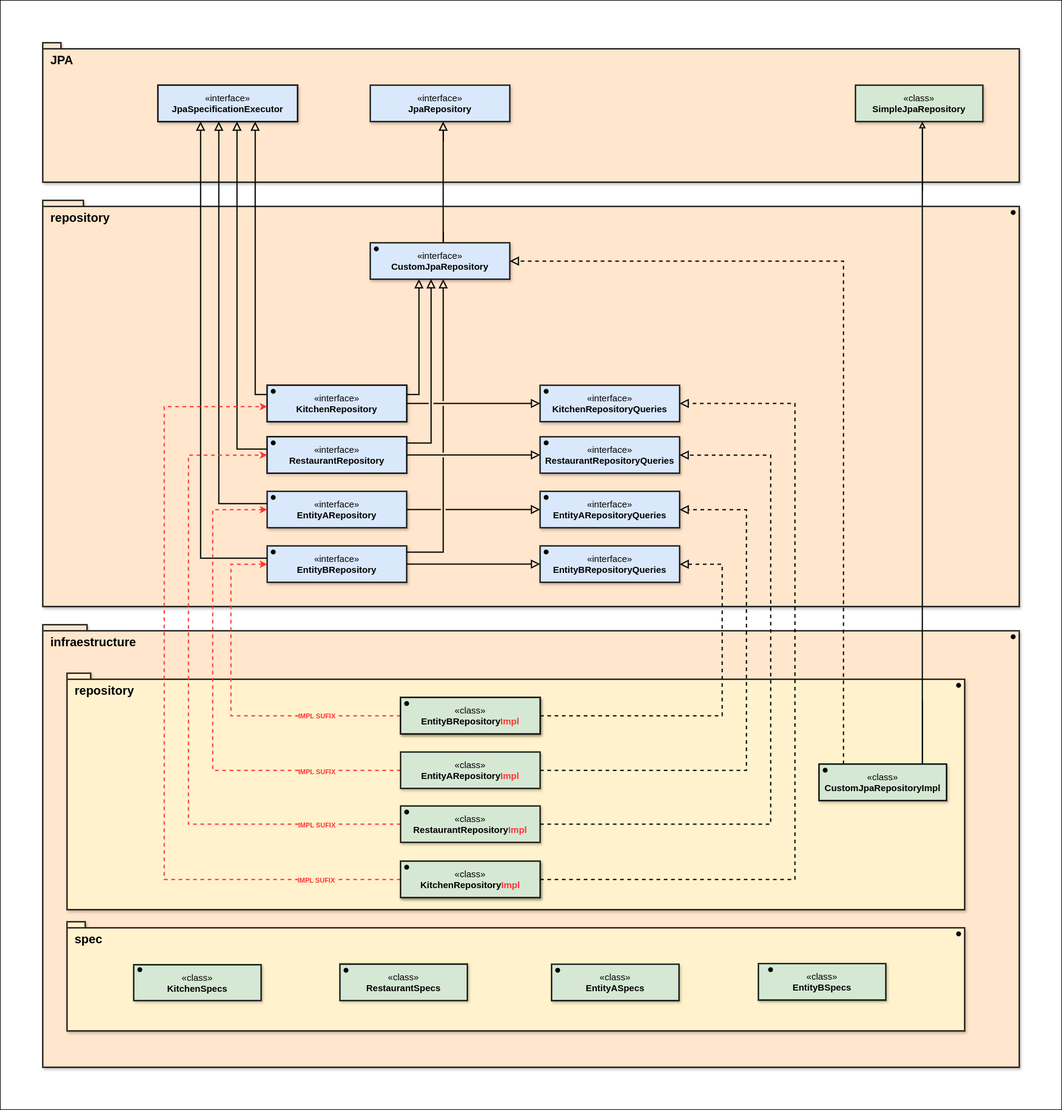
Earlier version of the draw.io export docs/images/data-persistence-diagram.png (MarcosWinicios/algafood-api). Source tidied: cells renumbered, new cells last; positions are measured from the earlier drawing's top-left corner, leaving out a move shared by most shapes.
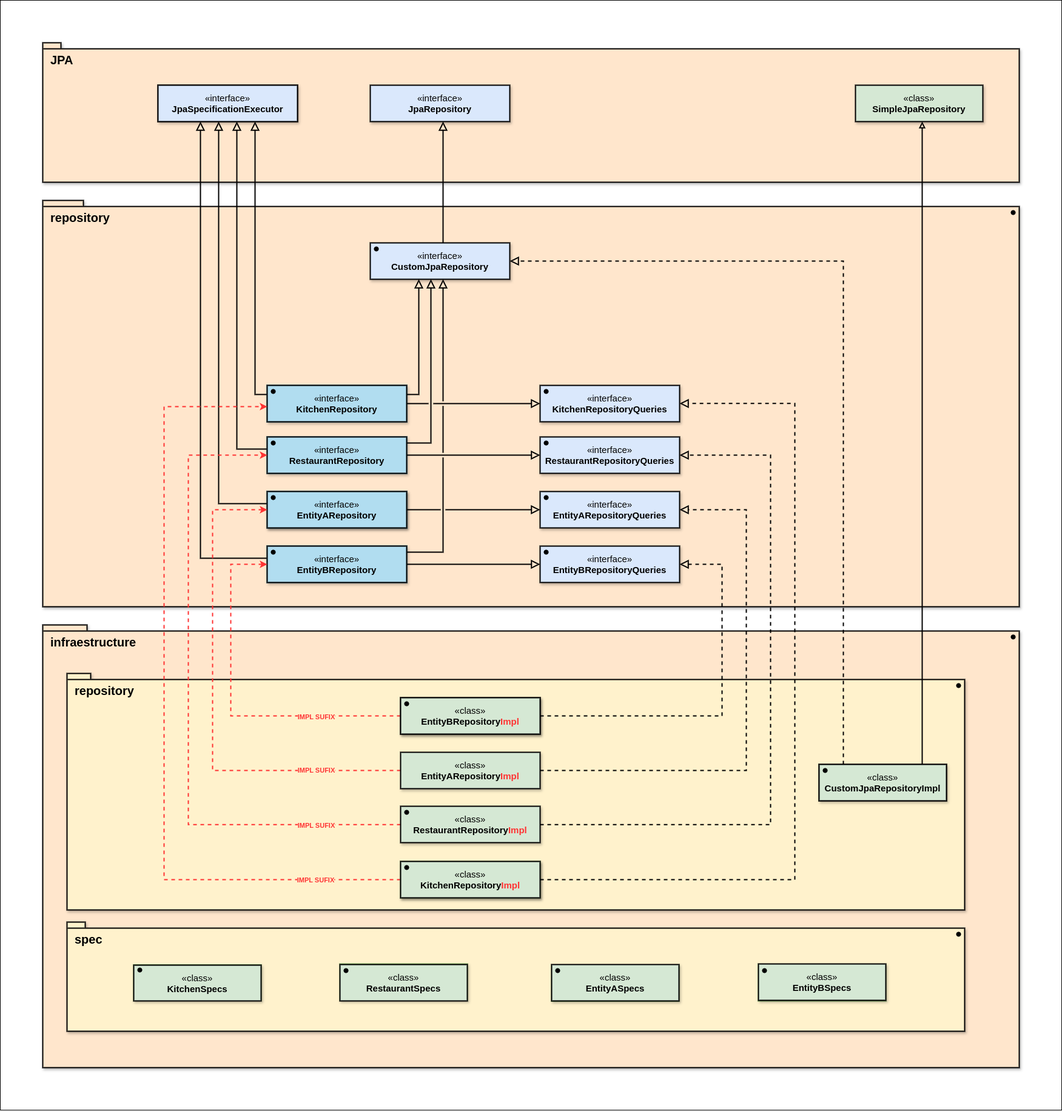
After the change.

Commit message:
docs(persistence): update persistence documentation file to centralize persistence and data access concepts

Change to the diagram source:
```diff
@@ -2,7 +2,7 @@
   <root>
     <mxCell id="0" />
     <mxCell id="1" parent="0" />
-    <mxCell id="2" style="group;" parent="1" vertex="1">
+    <mxCell id="2" style="group;fillColor=#b1ddf0;strokeColor=#10739e;" parent="1" vertex="1">
       <mxGeometry width="1750" height="1830" as="geometry" />
     </mxCell>
     <mxCell id="3" style="rounded=0;whiteSpace=wrap;html=1;" parent="2" vertex="1">
@@ -45,7 +45,7 @@
       <mxGeometry x="1140" y="69" width="210" height="60" as="geometry" />
     </mxCell>
     <mxCell id="16" style="shape=waypoint;sketch=0;size=6;fillColor=none;perimeter=centerPerimeter;strokeWidth=2;fontSize=15;" parent="10" vertex="1">
-      <mxGeometry x="1150" y="69" width="20" height="20" as="geometry" />
+      <mxGeometry x="1140" y="70" width="20" height="20" as="geometry" />
     </mxCell>
     <mxCell id="17" value="«class»&lt;br&gt;&lt;b&gt;EntityASpecs&lt;/b&gt;" style="html=1;whiteSpace=wrap;fillColor=#d5e8d4;strokeColor=default;strokeWidth=2;shadow=1;fontSize=15;" parent="10" vertex="1">
       <mxGeometry x="799" y="70" width="210" height="60" as="geometry" />
@@ -146,19 +146,19 @@
     <mxCell id="39" style="shape=waypoint;sketch=0;size=6;fillColor=none;perimeter=centerPerimeter;strokeWidth=2;fontSize=15;" parent="37" vertex="1">
       <mxGeometry width="20" height="20" as="geometry" />
     </mxCell>
-    <mxCell id="40" style="group;strokeWidth=2;strokeColor=default;shadow=1;fontSize=15;" parent="2" vertex="1">
+    <mxCell id="40" style="group;strokeWidth=2;strokeColor=#10739e;shadow=1;fontSize=15;fillColor=#b1ddf0;" parent="2" vertex="1">
       <mxGeometry x="440" y="720" width="230" height="60" as="geometry" />
     </mxCell>
-    <mxCell id="41" value="«interface»&lt;br&gt;&lt;b&gt;RestaurantRepository&lt;/b&gt;" style="html=1;whiteSpace=wrap;fillColor=#dae8fc;strokeColor=default;strokeWidth=2;fontSize=15;" parent="40" vertex="1">
+    <mxCell id="41" value="«interface»&lt;br&gt;&lt;b&gt;RestaurantRepository&lt;/b&gt;" style="html=1;whiteSpace=wrap;fillColor=#b1ddf0;strokeColor=default;strokeWidth=2;fontSize=15;" parent="40" vertex="1">
       <mxGeometry width="230" height="60" as="geometry" />
     </mxCell>
     <mxCell id="42" style="shape=waypoint;sketch=0;size=6;fillColor=none;perimeter=centerPerimeter;strokeWidth=2;fontSize=15;" parent="40" vertex="1">
       <mxGeometry width="20" height="20" as="geometry" />
     </mxCell>
-    <mxCell id="43" style="group;strokeWidth=2;strokeColor=default;fontSize=15;" parent="2" vertex="1">
+    <mxCell id="43" style="group;strokeWidth=2;strokeColor=#10739e;fontSize=15;fillColor=#b1ddf0;" parent="2" vertex="1">
       <mxGeometry x="440" y="635" width="230" height="60" as="geometry" />
     </mxCell>
-    <mxCell id="44" value="«interface»&lt;br&gt;&lt;b&gt;KitchenRepository&lt;/b&gt;" style="html=1;whiteSpace=wrap;fillColor=#dae8fc;strokeColor=default;strokeWidth=2;shadow=1;fontSize=15;" parent="43" vertex="1">
+    <mxCell id="44" value="«interface»&lt;br&gt;&lt;b&gt;KitchenRepository&lt;/b&gt;" style="html=1;whiteSpace=wrap;fillColor=#B1DDF0;strokeColor=default;strokeWidth=2;shadow=1;fontSize=15;" parent="43" vertex="1">
       <mxGeometry width="230" height="60" as="geometry" />
     </mxCell>
     <mxCell id="45" style="shape=waypoint;sketch=0;size=6;fillColor=none;perimeter=centerPerimeter;strokeWidth=2;fontSize=15;" parent="43" vertex="1">
@@ -193,19 +193,19 @@
     <mxCell id="52" style="edgeStyle=orthogonalEdgeStyle;rounded=0;jettySize=auto;html=1;endArrow=block;endFill=0;endSize=10;jumpStyle=gap;strokeWidth=2;fontSize=15;" parent="2" edge="1" source="44" target="50">
       <mxGeometry relative="1" as="geometry" />
     </mxCell>
-    <mxCell id="53" style="group;strokeWidth=2;shadow=1;fontSize=15;" parent="2" vertex="1">
+    <mxCell id="53" style="group;strokeWidth=2;shadow=1;fontSize=15;fillColor=#b1ddf0;strokeColor=#10739e;" parent="2" vertex="1">
       <mxGeometry x="440" y="810" width="230" height="60" as="geometry" />
     </mxCell>
-    <mxCell id="54" value="«interface»&lt;br&gt;&lt;b&gt;EntityARepository&lt;/b&gt;" style="html=1;whiteSpace=wrap;fillColor=#dae8fc;strokeColor=default;strokeWidth=2;shadow=1;fontSize=15;" parent="53" vertex="1">
+    <mxCell id="54" value="«interface»&lt;br&gt;&lt;b&gt;EntityARepository&lt;/b&gt;" style="html=1;whiteSpace=wrap;fillColor=#b1ddf0;strokeColor=default;strokeWidth=2;shadow=1;fontSize=15;" parent="53" vertex="1">
       <mxGeometry width="230" height="60" as="geometry" />
     </mxCell>
     <mxCell id="55" style="shape=waypoint;sketch=0;size=6;fillColor=none;perimeter=centerPerimeter;strokeWidth=2;fontSize=15;" parent="53" vertex="1">
       <mxGeometry width="20" height="20" as="geometry" />
     </mxCell>
-    <mxCell id="56" style="group;strokeWidth=2;shadow=0;fontSize=15;" parent="2" vertex="1">
+    <mxCell id="56" style="group;strokeWidth=2;shadow=0;fontSize=15;fillColor=#b1ddf0;strokeColor=#10739e;" parent="2" vertex="1">
       <mxGeometry x="440" y="900" width="230" height="60" as="geometry" />
     </mxCell>
-    <mxCell id="57" value="«interface»&lt;br&gt;&lt;b&gt;EntityBRepository&lt;/b&gt;" style="html=1;whiteSpace=wrap;fillColor=#dae8fc;strokeColor=default;strokeWidth=2;shadow=1;fontSize=15;" parent="56" vertex="1">
+    <mxCell id="57" value="«interface»&lt;br&gt;&lt;b&gt;EntityBRepository&lt;/b&gt;" style="html=1;whiteSpace=wrap;fillColor=#b1ddf0;strokeColor=default;strokeWidth=2;shadow=1;fontSize=15;" parent="56" vertex="1">
       <mxGeometry width="230" height="60" as="geometry" />
     </mxCell>
     <mxCell id="58" style="shape=waypoint;sketch=0;size=6;fillColor=none;perimeter=centerPerimeter;strokeWidth=2;fontSize=15;" parent="56" vertex="1">
```
